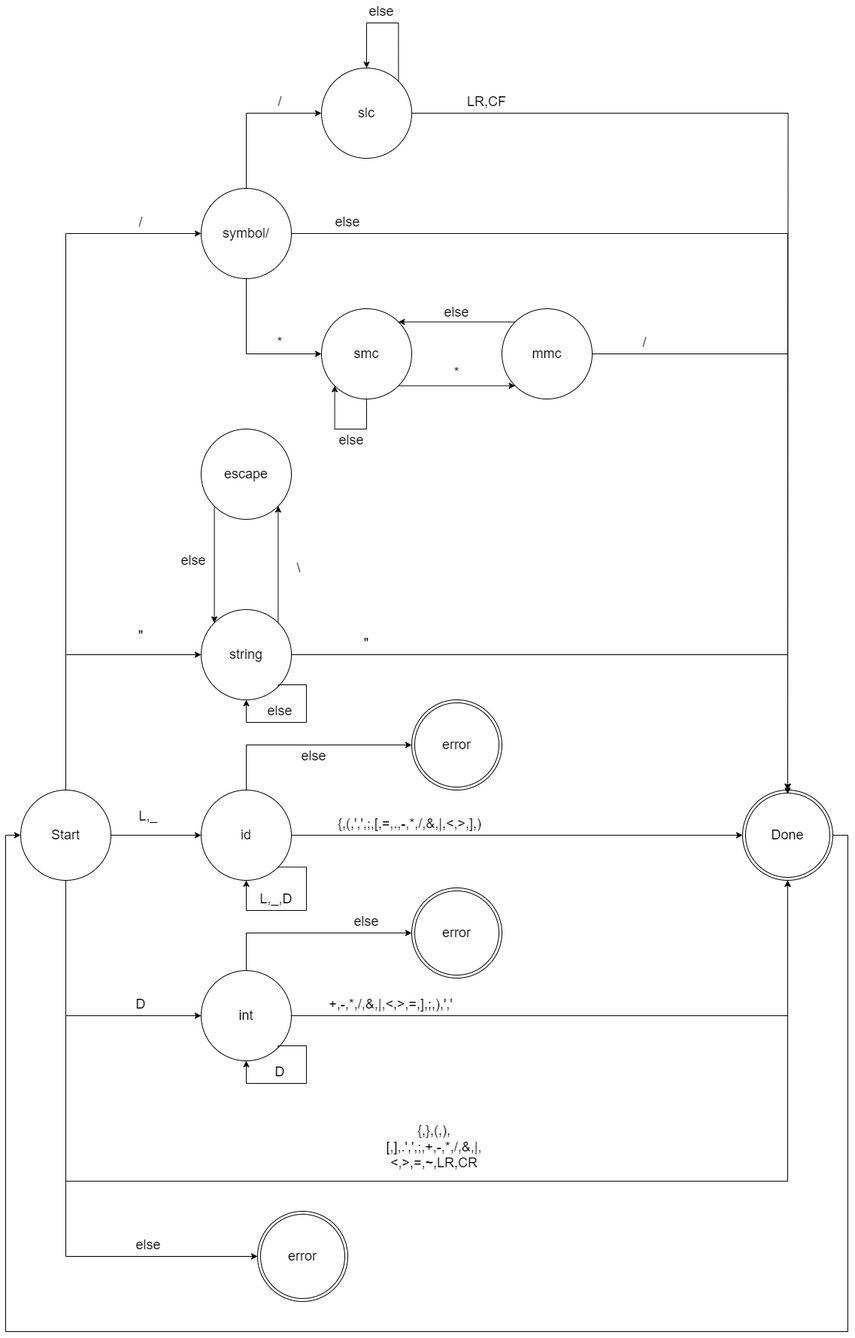
Earlier version of the draw.io export projects/10/Compiler/fsa_tokenizer.drawio.png (albertoceballos/nand2tetris). Source tidied: cells renumbered, new cells last; positions are measured from the earlier drawing's top-left corner, leaving out a move shared by most shapes.
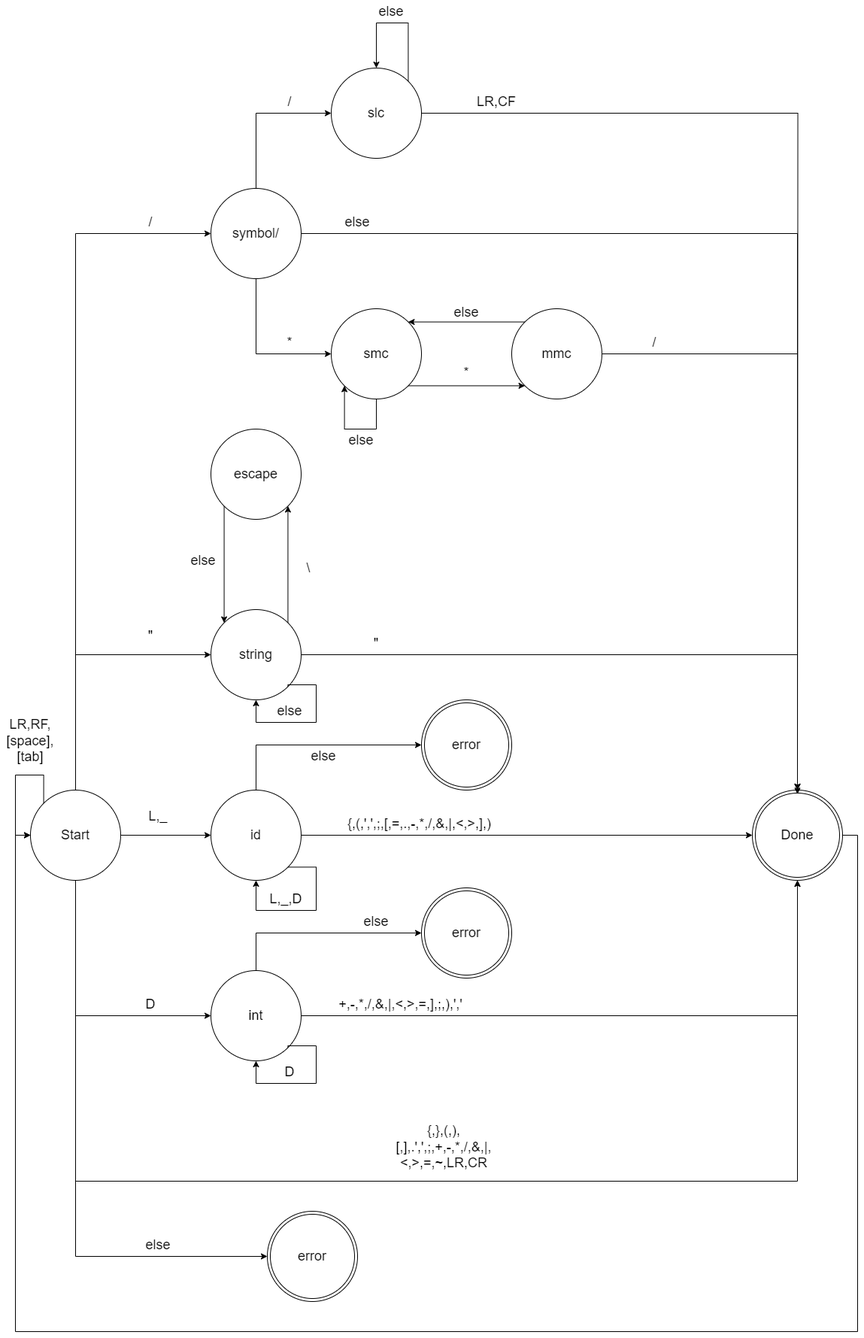
Above is the later version.

What changed in the source:
```diff
@@ -238,5 +238,17 @@
     <mxCell id="65" value="&lt;font style=&quot;font-size: 18px;&quot;&gt;else&lt;/font&gt;" style="text;html=1;align=center;verticalAlign=middle;whiteSpace=wrap;rounded=0;" parent="1" vertex="1">
       <mxGeometry x="160" y="1640" width="60" height="30" as="geometry" />
     </mxCell>
+    <mxCell id="66" style="edgeStyle=orthogonalEdgeStyle;rounded=0;orthogonalLoop=1;jettySize=auto;html=1;exitX=0;exitY=0;exitDx=0;exitDy=0;entryX=0;entryY=0.5;entryDx=0;entryDy=0;" parent="1" edge="1" source="8" target="8">
+      <mxGeometry relative="1" as="geometry">
+        <Array as="points">
+          <mxPoint x="38" y="1030" />
+          <mxPoint y="1030" />
+          <mxPoint y="1110" />
+        </Array>
+      </mxGeometry>
+    </mxCell>
+    <mxCell id="67" value="&lt;font style=&quot;font-size: 18px;&quot;&gt;LR,RF,[space],[tab]&lt;/font&gt;" style="text;html=1;align=center;verticalAlign=middle;whiteSpace=wrap;rounded=0;" parent="1" vertex="1">
+      <mxGeometry x="-20" y="950" width="80" height="70" as="geometry" />
+    </mxCell>
   </root>
 </mxGraphModel>
```
